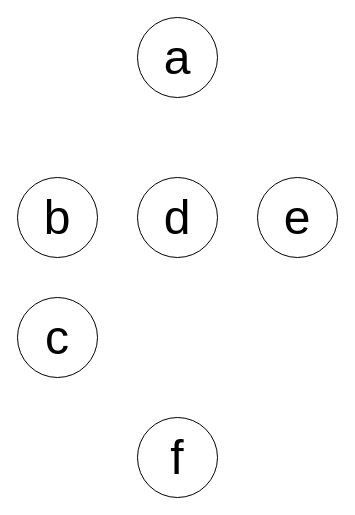
This is DFG.drawio from 21km43/drawio, a draw.io file, before an edit. Source tidied: cells renumbered, new cells numbered last; positions are measured from the earlier drawing's top-left corner, leaving out a move shared by most shapes. Both pictures are drawn from the tidied source at 100%, with x=0, y=0 at pixel (17, 17).
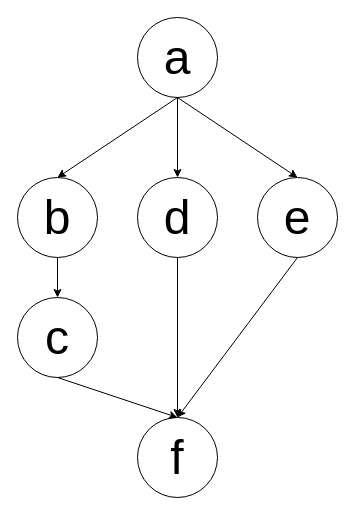
After the change.

Commit message (it also covers changes not shown here):
DFG.drawio を更新します

Change to the diagram source:
```diff
@@
 <mxGraphModel>
   <root>
     <mxCell id="0" />
     <mxCell id="1" parent="0" />
     <mxCell id="2" value="&lt;font style=&quot;font-size: 48px;&quot;&gt;b&lt;/font&gt;" style="ellipse;whiteSpace=wrap;html=1;" parent="1" vertex="1">
       <mxGeometry y="160" width="80" height="80" as="geometry" />
     </mxCell>
     <mxCell id="3" value="&lt;font style=&quot;font-size: 48px;&quot;&gt;a&lt;/font&gt;" style="ellipse;whiteSpace=wrap;html=1;" parent="1" vertex="1">
       <mxGeometry x="120" width="80" height="80" as="geometry" />
     </mxCell>
     <mxCell id="4" value="&lt;font style=&quot;font-size: 48px;&quot;&gt;c&lt;/font&gt;" style="ellipse;whiteSpace=wrap;html=1;" parent="1" vertex="1">
       <mxGeometry y="280" width="80" height="80" as="geometry" />
     </mxCell>
     <mxCell id="5" value="&lt;font style=&quot;font-size: 48px;&quot;&gt;d&lt;/font&gt;" style="ellipse;whiteSpace=wrap;html=1;" parent="1" vertex="1">
       <mxGeometry x="120" y="160" width="80" height="80" as="geometry" />
     </mxCell>
     <mxCell id="6" value="&lt;font style=&quot;font-size: 48px;&quot;&gt;e&lt;/font&gt;" style="ellipse;whiteSpace=wrap;html=1;" parent="1" vertex="1">
       <mxGeometry x="240" y="160" width="80" height="80" as="geometry" />
     </mxCell>
     <mxCell id="7" value="&lt;font style=&quot;font-size: 48px;&quot;&gt;f&lt;/font&gt;" style="ellipse;whiteSpace=wrap;html=1;" parent="1" vertex="1">
       <mxGeometry x="120" y="400" width="80" height="80" as="geometry" />
     </mxCell>
+    <mxCell id="8" style="endArrow=classic;html=1;rounded=0;exitX=0.5;exitY=1;exitDx=0;exitDy=0;entryX=0.5;entryY=0;entryDx=0;entryDy=0;" parent="1" edge="1" source="3" target="2">
+      <mxGeometry relative="1" as="geometry" />
+    </mxCell>
+    <mxCell id="9" style="endArrow=classic;html=1;rounded=0;entryX=0.5;entryY=0;entryDx=0;entryDy=0;" parent="1" edge="1" target="5">
+      <mxGeometry relative="1" as="geometry">
+        <mxPoint x="160" y="80" as="sourcePoint" />
+      </mxGeometry>
+    </mxCell>
+    <mxCell id="10" style="endArrow=classic;html=1;rounded=0;exitX=0.5;exitY=1;exitDx=0;exitDy=0;entryX=0.5;entryY=0;entryDx=0;entryDy=0;" parent="1" edge="1" source="3" target="6">
+      <mxGeometry relative="1" as="geometry" />
+    </mxCell>
+    <mxCell id="11" style="endArrow=classic;html=1;rounded=0;exitX=0.5;exitY=1;exitDx=0;exitDy=0;entryX=0.5;entryY=0;entryDx=0;entryDy=0;" parent="1" edge="1" source="2" target="4">
+      <mxGeometry relative="1" as="geometry" />
+    </mxCell>
+    <mxCell id="12" style="endArrow=classic;html=1;rounded=0;exitX=0.5;exitY=1;exitDx=0;exitDy=0;entryX=0.5;entryY=0;entryDx=0;entryDy=0;" parent="1" edge="1" source="4" target="7">
+      <mxGeometry relative="1" as="geometry" />
+    </mxCell>
+    <mxCell id="13" style="endArrow=classic;html=1;rounded=0;exitX=0.5;exitY=1;exitDx=0;exitDy=0;entryX=0.5;entryY=0;entryDx=0;entryDy=0;" parent="1" edge="1" source="5" target="7">
+      <mxGeometry relative="1" as="geometry" />
+    </mxCell>
+    <mxCell id="14" style="endArrow=classic;html=1;rounded=0;exitX=0.5;exitY=1;exitDx=0;exitDy=0;entryX=0.5;entryY=0;entryDx=0;entryDy=0;" parent="1" edge="1" source="6" target="7">
+      <mxGeometry relative="1" as="geometry" />
+    </mxCell>
   </root>
 </mxGraphModel>
```
